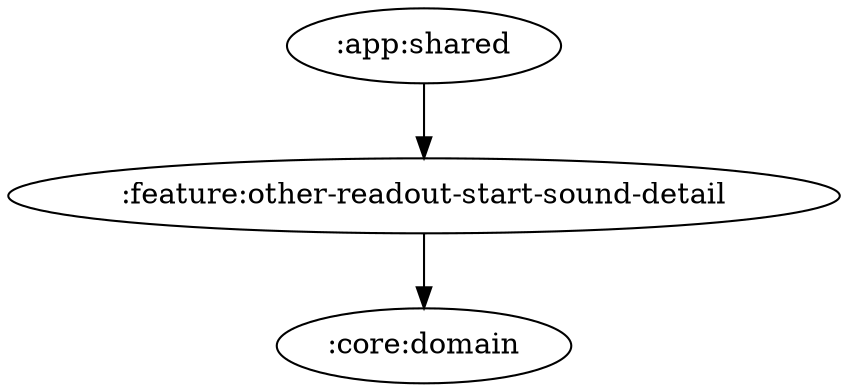
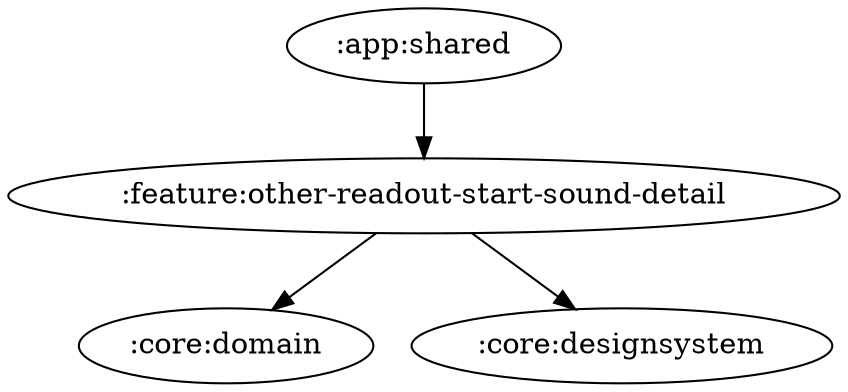
digraph G {
  rankdir=TB
  ":app:shared" -> ":feature:other-readout-start-sound-detail"
  ":feature:other-readout-start-sound-detail" -> ":core:domain"
+   ":feature:other-readout-start-sound-detail" -> ":core:designsystem"
}